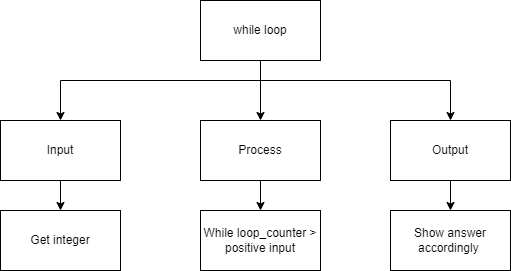
Earlier version of the draw.io export top-down.png (Huzaifa-Khalid-2/ICS3U-Unit4-02-Python). Source tidied: cells renumbered, new cells last; positions are measured from the earlier drawing's top-left corner, leaving out a move shared by most shapes.
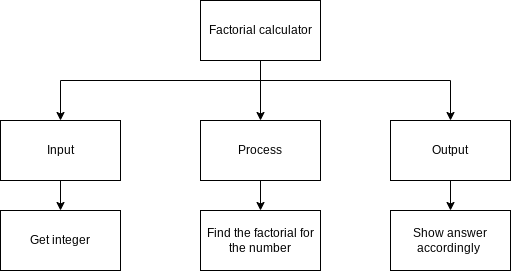
After the change.

The edit, as a diff of the source:
```diff
@@ -21,7 +21,7 @@
         </Array>
       </mxGeometry>
     </mxCell>
-    <mxCell id="5" value="while loop" style="rounded=0;whiteSpace=wrap;html=1;" parent="1" vertex="1">
+    <mxCell id="5" value="Factorial calculator" style="rounded=0;whiteSpace=wrap;html=1;" parent="1" vertex="1">
       <mxGeometry x="200" width="120" height="60" as="geometry" />
     </mxCell>
     <mxCell id="6" style="edgeStyle=orthogonalEdgeStyle;rounded=0;html=1;" parent="1" edge="1" source="7" target="13">
@@ -50,7 +50,7 @@
     <mxCell id="12" value="Get integer" style="rounded=0;whiteSpace=wrap;html=1;" parent="1" vertex="1">
       <mxGeometry y="210" width="120" height="60" as="geometry" />
     </mxCell>
-    <mxCell id="13" value="While loop_counter &amp;gt; positive input" style="rounded=0;whiteSpace=wrap;html=1;" parent="1" vertex="1">
+    <mxCell id="13" value="Find the factorial for the number" style="rounded=0;whiteSpace=wrap;html=1;" parent="1" vertex="1">
       <mxGeometry x="200" y="210" width="120" height="60" as="geometry" />
     </mxCell>
     <mxCell id="14" value="Show answer accordingly&amp;nbsp;" style="rounded=0;whiteSpace=wrap;html=1;" parent="1" vertex="1">
```
